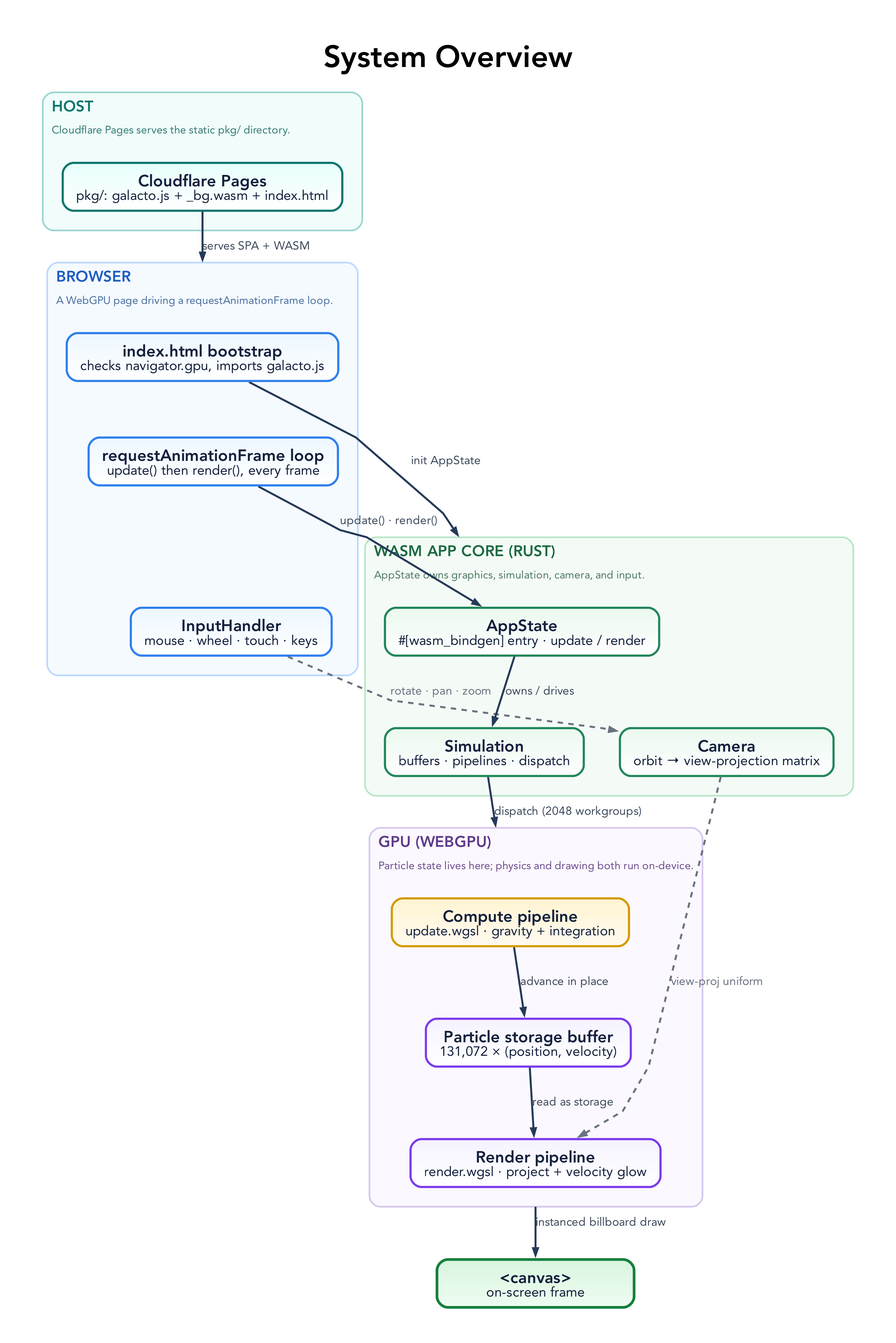
Before: docs/diagrams/system-overview.png, a diagram exported from Graphviz (tre-systems/galacto). Its source is kept beside it as docs/diagrams/system-overview.dot.
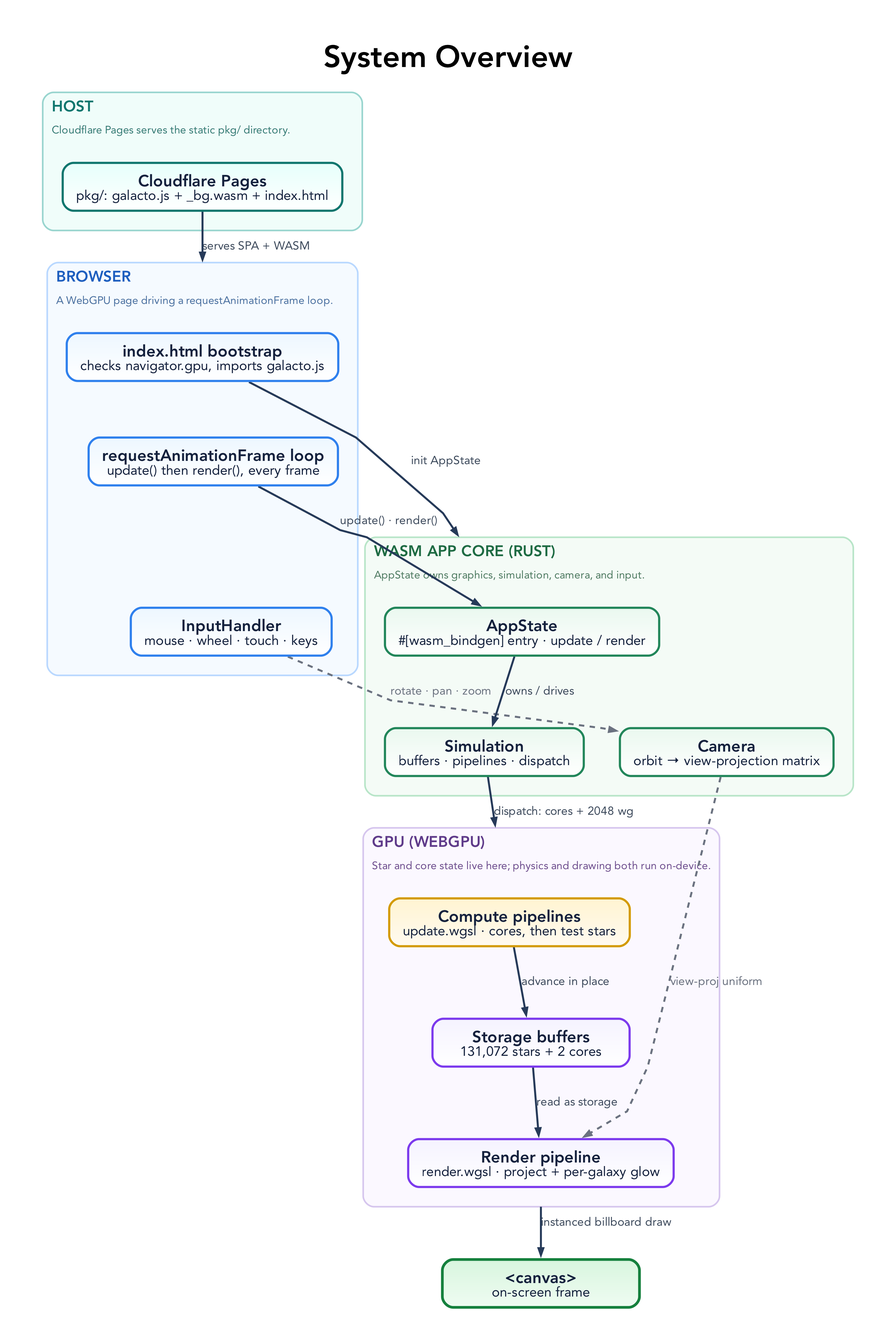
Later version of the same file.

Change to the diagram source:
```diff
@@ -99,15 +99,15 @@
       label=<
         <TABLE BORDER="0" CELLBORDER="0" CELLSPACING="0" CELLPADDING="2">
           <TR><TD ALIGN="LEFT"><FONT POINT-SIZE="17" COLOR="#5f3b8a"><B>GPU (WEBGPU)</B></FONT></TD></TR>
-          <TR><TD ALIGN="LEFT"><FONT POINT-SIZE="12" COLOR="#6d4d8d">Particle state lives here; physics and drawing both run on-device.</FONT></TD></TR>
+          <TR><TD ALIGN="LEFT"><FONT POINT-SIZE="12" COLOR="#6d4d8d">Star and core state live here; physics and drawing both run on-device.</FONT></TD></TR>
         </TABLE>
       >,
       labelloc=t, labeljust=l,
       color="#d6c6ee", fillcolor="#fbf8ff", style="rounded,filled", penwidth=1.8, margin=22
     ];
-    G1 [label=<<B>Compute pipeline</B><BR/><FONT POINT-SIZE="15">update.wgsl · gravity + integration</FONT>>, fillcolor="#fff4d1:#fffaf0", color="#d39a00"];
-    G2 [label=<<B>Particle storage buffer</B><BR/><FONT POINT-SIZE="15">131,072 × (position, velocity)</FONT>>, fillcolor="#f5f3ff:#ffffff", color="#7c3aed"];
-    G3 [label=<<B>Render pipeline</B><BR/><FONT POINT-SIZE="15">render.wgsl · project + velocity glow</FONT>>, fillcolor="#f5f3ff:#ffffff", color="#7c3aed"];
+    G1 [label=<<B>Compute pipelines</B><BR/><FONT POINT-SIZE="15">update.wgsl · cores, then test stars</FONT>>, fillcolor="#fff4d1:#fffaf0", color="#d39a00"];
+    G2 [label=<<B>Storage buffers</B><BR/><FONT POINT-SIZE="15">131,072 stars + 2 cores</FONT>>, fillcolor="#f5f3ff:#ffffff", color="#7c3aed"];
+    G3 [label=<<B>Render pipeline</B><BR/><FONT POINT-SIZE="15">render.wgsl · project + per-galaxy glow</FONT>>, fillcolor="#f5f3ff:#ffffff", color="#7c3aed"];
   }
 
   CANVAS [label=<<B>&lt;canvas&gt;</B><BR/><FONT POINT-SIZE="15">on-screen frame</FONT>>, fillcolor="#d8f5de:#effcf2", color="#15803d", penwidth=3.0];
@@ -119,7 +119,7 @@
   B3 -> C2 [label="rotate · pan · zoom", color="#6b7280", fontcolor="#6b7280", style=dashed];
 
   C1 -> C3 [label="owns / drives"];
-  C3 -> G1 [lhead=cluster_gpu, label="dispatch (2048 workgroups)"];
+  C3 -> G1 [lhead=cluster_gpu, label="dispatch: cores + 2048 wg"];
 
   G1 -> G2 [label="advance in place"];
   G2 -> G3 [label="read as storage"];
```
